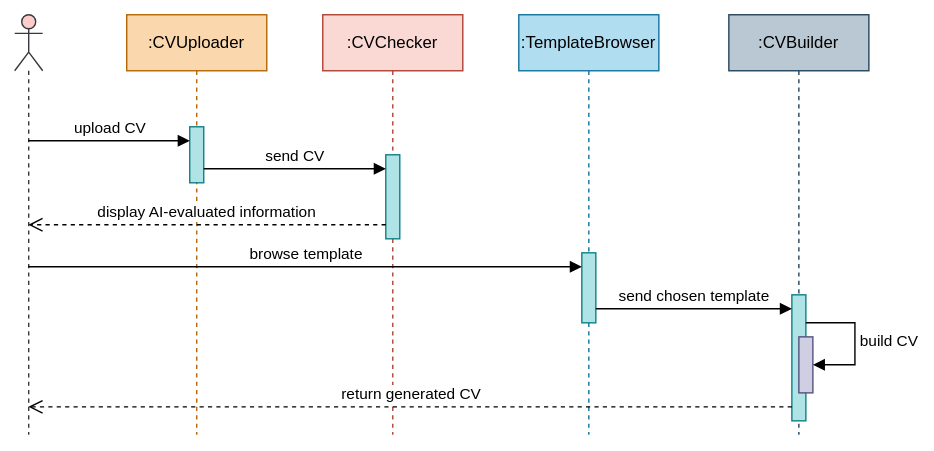
Before: diagram/SequenceDiagram.svg, a diagram exported from draw.io (khangnguyen0810/AI-Resume-Builder). Source tidied: cells renumbered, new cells last; positions are measured from the earlier drawing's top-left corner, leaving out a move shared by most shapes. Source of this version:
```xml
<mxGraphModel>
  <root>
    <mxCell id="0" />
    <mxCell id="1" parent="0" />
    <mxCell id="2" style="shape=umlLifeline;perimeter=lifelinePerimeter;whiteSpace=wrap;html=1;outlineConnect=0;portConstraint=eastwest;newEdgeStyle={&quot;curved&quot;:0,&quot;rounded&quot;:0};participant=umlActor;fillColor=#ffcccc;strokeColor=#36393d;" parent="1" vertex="1">
      <mxGeometry width="20" height="300" as="geometry" />
    </mxCell>
    <mxCell id="3" value=":CVUploader" style="shape=umlLifeline;perimeter=lifelinePerimeter;whiteSpace=wrap;html=1;newEdgeStyle={&quot;curved&quot;:0,&quot;rounded&quot;:0};fillColor=#fad7ac;strokeColor=#b46504;" parent="1" vertex="1">
      <mxGeometry x="80" width="100" height="300" as="geometry" />
    </mxCell>
    <mxCell id="4" style="html=1;points=[[0,0,0,0,5],[0,1,0,0,-5],[1,0,0,0,5],[1,1,0,0,-5]];perimeter=orthogonalPerimeter;outlineConnect=0;targetShapes=umlLifeline;portConstraint=eastwest;newEdgeStyle={&quot;curved&quot;:0,&quot;rounded&quot;:0};fillColor=#b0e3e6;strokeColor=#0e8088;" parent="3" vertex="1">
      <mxGeometry x="45" y="80" width="10" height="40" as="geometry" />
    </mxCell>
    <mxCell id="5" value=":CVChecker" style="shape=umlLifeline;perimeter=lifelinePerimeter;whiteSpace=wrap;html=1;newEdgeStyle={&quot;curved&quot;:0,&quot;rounded&quot;:0};fillColor=#fad9d5;strokeColor=#ae4132;" parent="1" vertex="1">
      <mxGeometry x="220" width="100" height="300" as="geometry" />
    </mxCell>
    <mxCell id="6" style="html=1;points=[[0,0,0,0,5],[0,1,0,0,-5],[1,0,0,0,5],[1,1,0,0,-5]];perimeter=orthogonalPerimeter;outlineConnect=0;targetShapes=umlLifeline;portConstraint=eastwest;newEdgeStyle={&quot;curved&quot;:0,&quot;rounded&quot;:0};fillColor=#b0e3e6;strokeColor=#0e8088;" parent="5" vertex="1">
      <mxGeometry x="45" y="100" width="10" height="60" as="geometry" />
    </mxCell>
    <mxCell id="7" value=":TemplateBrowser" style="shape=umlLifeline;perimeter=lifelinePerimeter;whiteSpace=wrap;html=1;newEdgeStyle={&quot;curved&quot;:0,&quot;rounded&quot;:0};fillColor=#b1ddf0;strokeColor=#10739e;" parent="1" vertex="1">
      <mxGeometry x="360" width="100" height="300" as="geometry" />
    </mxCell>
    <mxCell id="8" style="html=1;points=[[0,0,0,0,5],[0,1,0,0,-5],[1,0,0,0,5],[1,1,0,0,-5]];perimeter=orthogonalPerimeter;outlineConnect=0;targetShapes=umlLifeline;portConstraint=eastwest;newEdgeStyle={&quot;curved&quot;:0,&quot;rounded&quot;:0};fillColor=#b0e3e6;strokeColor=#0e8088;" parent="7" vertex="1">
      <mxGeometry x="45" y="170" width="10" height="50" as="geometry" />
    </mxCell>
    <mxCell id="9" value=":CVBuilder" style="shape=umlLifeline;perimeter=lifelinePerimeter;whiteSpace=wrap;html=1;newEdgeStyle={&quot;curved&quot;:0,&quot;rounded&quot;:0};fillColor=#bac8d3;strokeColor=#23445d;" parent="1" vertex="1">
      <mxGeometry x="510" width="100" height="300" as="geometry" />
    </mxCell>
    <mxCell id="10" style="html=1;points=[[0,0,0,0,5],[0,1,0,0,-5],[1,0,0,0,5],[1,1,0,0,-5]];perimeter=orthogonalPerimeter;outlineConnect=0;targetShapes=umlLifeline;portConstraint=eastwest;newEdgeStyle={&quot;curved&quot;:0,&quot;rounded&quot;:0};fillColor=#b0e3e6;strokeColor=#0e8088;" parent="9" vertex="1">
      <mxGeometry x="45" y="200" width="10" height="90" as="geometry" />
    </mxCell>
    <mxCell id="11" style="html=1;points=[[0,0,0,0,5],[0,1,0,0,-5],[1,0,0,0,5],[1,1,0,0,-5]];perimeter=orthogonalPerimeter;outlineConnect=0;targetShapes=umlLifeline;portConstraint=eastwest;newEdgeStyle={&quot;curved&quot;:0,&quot;rounded&quot;:0};fillColor=#d0cee2;strokeColor=#56517e;" parent="9" vertex="1">
      <mxGeometry x="50" y="230" width="10" height="40" as="geometry" />
    </mxCell>
    <mxCell id="12" value="build CV" style="html=1;align=left;spacingLeft=2;endArrow=block;rounded=0;edgeStyle=orthogonalEdgeStyle;curved=0;rounded=0;" parent="9" edge="1" source="10" target="11">
      <mxGeometry relative="1" as="geometry">
        <Array as="points">
          <mxPoint x="90" y="220" />
          <mxPoint x="90" y="250" />
        </Array>
      </mxGeometry>
    </mxCell>
    <mxCell id="13" value="upload CV" style="html=1;verticalAlign=bottom;endArrow=block;curved=0;rounded=0;" parent="1" edge="1" source="2" target="4">
      <mxGeometry relative="1" as="geometry">
        <Array as="points">
          <mxPoint x="80" y="90" />
        </Array>
      </mxGeometry>
    </mxCell>
    <mxCell id="14" value="send CV" style="html=1;verticalAlign=bottom;endArrow=block;curved=0;rounded=0;" parent="1" edge="1" source="4" target="6">
      <mxGeometry relative="1" as="geometry">
        <Array as="points">
          <mxPoint x="210" y="110" />
        </Array>
      </mxGeometry>
    </mxCell>
    <mxCell id="15" value="display AI-evaluated information" style="html=1;verticalAlign=bottom;endArrow=open;dashed=1;endSize=8;curved=0;rounded=0;" parent="1" edge="1" source="6" target="2">
      <mxGeometry relative="1" as="geometry">
        <Array as="points">
          <mxPoint x="140" y="150" />
        </Array>
      </mxGeometry>
    </mxCell>
    <mxCell id="16" value="browse template" style="html=1;verticalAlign=bottom;endArrow=block;curved=0;rounded=0;" parent="1" edge="1" source="2" target="8">
      <mxGeometry relative="1" as="geometry">
        <Array as="points">
          <mxPoint x="210" y="180" />
        </Array>
      </mxGeometry>
    </mxCell>
    <mxCell id="17" value="send chosen template" style="html=1;verticalAlign=bottom;endArrow=block;curved=0;rounded=0;" parent="1" edge="1" source="8" target="10">
      <mxGeometry relative="1" as="geometry">
        <Array as="points">
          <mxPoint x="490" y="210" />
        </Array>
      </mxGeometry>
    </mxCell>
    <mxCell id="18" value="return generated CV" style="html=1;verticalAlign=bottom;endArrow=open;dashed=1;endSize=8;curved=0;rounded=0;" parent="1" edge="1" source="10" target="2">
      <mxGeometry relative="1" as="geometry">
        <Array as="points">
          <mxPoint x="290" y="280" />
        </Array>
      </mxGeometry>
    </mxCell>
  </root>
</mxGraphModel>
```
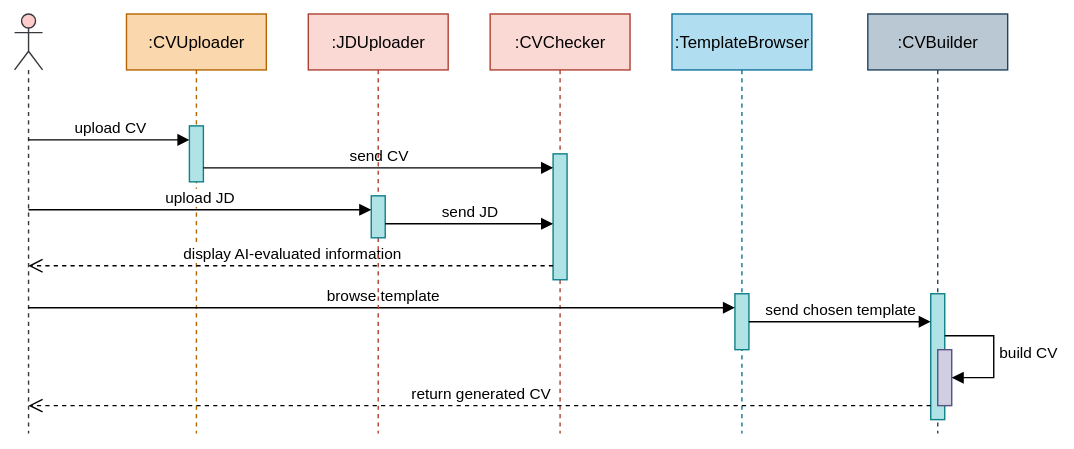
After the change.

Diff of the diagram source:
```diff
@@ -12,31 +12,31 @@
       <mxGeometry x="45" y="80" width="10" height="40" as="geometry" />
     </mxCell>
     <mxCell id="5" value=":CVChecker" style="shape=umlLifeline;perimeter=lifelinePerimeter;whiteSpace=wrap;html=1;newEdgeStyle={&quot;curved&quot;:0,&quot;rounded&quot;:0};fillColor=#fad9d5;strokeColor=#ae4132;" parent="1" vertex="1">
-      <mxGeometry x="220" width="100" height="300" as="geometry" />
+      <mxGeometry x="340" width="100" height="300" as="geometry" />
     </mxCell>
     <mxCell id="6" style="html=1;points=[[0,0,0,0,5],[0,1,0,0,-5],[1,0,0,0,5],[1,1,0,0,-5]];perimeter=orthogonalPerimeter;outlineConnect=0;targetShapes=umlLifeline;portConstraint=eastwest;newEdgeStyle={&quot;curved&quot;:0,&quot;rounded&quot;:0};fillColor=#b0e3e6;strokeColor=#0e8088;" parent="5" vertex="1">
-      <mxGeometry x="45" y="100" width="10" height="60" as="geometry" />
+      <mxGeometry x="45" y="100" width="10" height="90" as="geometry" />
     </mxCell>
     <mxCell id="7" value=":TemplateBrowser" style="shape=umlLifeline;perimeter=lifelinePerimeter;whiteSpace=wrap;html=1;newEdgeStyle={&quot;curved&quot;:0,&quot;rounded&quot;:0};fillColor=#b1ddf0;strokeColor=#10739e;" parent="1" vertex="1">
-      <mxGeometry x="360" width="100" height="300" as="geometry" />
+      <mxGeometry x="470" width="100" height="300" as="geometry" />
     </mxCell>
     <mxCell id="8" style="html=1;points=[[0,0,0,0,5],[0,1,0,0,-5],[1,0,0,0,5],[1,1,0,0,-5]];perimeter=orthogonalPerimeter;outlineConnect=0;targetShapes=umlLifeline;portConstraint=eastwest;newEdgeStyle={&quot;curved&quot;:0,&quot;rounded&quot;:0};fillColor=#b0e3e6;strokeColor=#0e8088;" parent="7" vertex="1">
-      <mxGeometry x="45" y="170" width="10" height="50" as="geometry" />
+      <mxGeometry x="45" y="200" width="10" height="40" as="geometry" />
     </mxCell>
     <mxCell id="9" value=":CVBuilder" style="shape=umlLifeline;perimeter=lifelinePerimeter;whiteSpace=wrap;html=1;newEdgeStyle={&quot;curved&quot;:0,&quot;rounded&quot;:0};fillColor=#bac8d3;strokeColor=#23445d;" parent="1" vertex="1">
-      <mxGeometry x="510" width="100" height="300" as="geometry" />
+      <mxGeometry x="610" width="100" height="300" as="geometry" />
     </mxCell>
     <mxCell id="10" style="html=1;points=[[0,0,0,0,5],[0,1,0,0,-5],[1,0,0,0,5],[1,1,0,0,-5]];perimeter=orthogonalPerimeter;outlineConnect=0;targetShapes=umlLifeline;portConstraint=eastwest;newEdgeStyle={&quot;curved&quot;:0,&quot;rounded&quot;:0};fillColor=#b0e3e6;strokeColor=#0e8088;" parent="9" vertex="1">
       <mxGeometry x="45" y="200" width="10" height="90" as="geometry" />
     </mxCell>
     <mxCell id="11" style="html=1;points=[[0,0,0,0,5],[0,1,0,0,-5],[1,0,0,0,5],[1,1,0,0,-5]];perimeter=orthogonalPerimeter;outlineConnect=0;targetShapes=umlLifeline;portConstraint=eastwest;newEdgeStyle={&quot;curved&quot;:0,&quot;rounded&quot;:0};fillColor=#d0cee2;strokeColor=#56517e;" parent="9" vertex="1">
-      <mxGeometry x="50" y="230" width="10" height="40" as="geometry" />
+      <mxGeometry x="50" y="240" width="10" height="40" as="geometry" />
     </mxCell>
     <mxCell id="12" value="build CV" style="html=1;align=left;spacingLeft=2;endArrow=block;rounded=0;edgeStyle=orthogonalEdgeStyle;curved=0;rounded=0;" parent="9" edge="1" source="10" target="11">
       <mxGeometry relative="1" as="geometry">
         <Array as="points">
-          <mxPoint x="90" y="220" />
-          <mxPoint x="90" y="250" />
+          <mxPoint x="90" y="230" />
+          <mxPoint x="90" y="260" />
         </Array>
       </mxGeometry>
     </mxCell>
@@ -54,24 +54,26 @@
         </Array>
       </mxGeometry>
     </mxCell>
-    <mxCell id="15" value="display AI-evaluated information" style="html=1;verticalAlign=bottom;endArrow=open;dashed=1;endSize=8;curved=0;rounded=0;" parent="1" edge="1" source="6" target="2">
+    <mxCell id="15" value="display AI-evaluated information" style="html=1;verticalAlign=bottom;endArrow=open;dashed=1;endSize=8;curved=0;rounded=0;" parent="1" edge="1">
       <mxGeometry relative="1" as="geometry">
+        <mxPoint x="385" y="180" as="sourcePoint" />
+        <mxPoint x="9.9" y="180" as="targetPoint" />
         <Array as="points">
-          <mxPoint x="140" y="150" />
+          <mxPoint x="140" y="180" />
         </Array>
       </mxGeometry>
     </mxCell>
     <mxCell id="16" value="browse template" style="html=1;verticalAlign=bottom;endArrow=block;curved=0;rounded=0;" parent="1" edge="1" source="2" target="8">
       <mxGeometry relative="1" as="geometry">
         <Array as="points">
-          <mxPoint x="210" y="180" />
+          <mxPoint x="205.1" y="210" />
         </Array>
       </mxGeometry>
     </mxCell>
     <mxCell id="17" value="send chosen template" style="html=1;verticalAlign=bottom;endArrow=block;curved=0;rounded=0;" parent="1" edge="1" source="8" target="10">
       <mxGeometry relative="1" as="geometry">
         <Array as="points">
-          <mxPoint x="490" y="210" />
+          <mxPoint x="600" y="220" />
         </Array>
       </mxGeometry>
     </mxCell>
@@ -82,5 +84,25 @@
         </Array>
       </mxGeometry>
     </mxCell>
+    <mxCell id="19" value=":JDUploader" style="shape=umlLifeline;perimeter=lifelinePerimeter;whiteSpace=wrap;html=1;newEdgeStyle={&quot;curved&quot;:0,&quot;rounded&quot;:0};fillColor=#fad9d5;strokeColor=#ae4132;" parent="1" vertex="1">
+      <mxGeometry x="210" width="100" height="300" as="geometry" />
+    </mxCell>
+    <mxCell id="20" style="html=1;points=[[0,0,0,0,5],[0,1,0,0,-5],[1,0,0,0,5],[1,1,0,0,-5]];perimeter=orthogonalPerimeter;outlineConnect=0;targetShapes=umlLifeline;portConstraint=eastwest;newEdgeStyle={&quot;curved&quot;:0,&quot;rounded&quot;:0};fillColor=#b0e3e6;strokeColor=#0e8088;" parent="19" vertex="1">
+      <mxGeometry x="45" y="130" width="10" height="30" as="geometry" />
+    </mxCell>
+    <mxCell id="21" value="upload JD" style="html=1;verticalAlign=bottom;endArrow=block;curved=0;rounded=0;" parent="1" edge="1" source="2" target="20">
+      <mxGeometry relative="1" as="geometry">
+        <Array as="points">
+          <mxPoint x="140" y="140" />
+        </Array>
+      </mxGeometry>
+    </mxCell>
+    <mxCell id="22" value="send JD" style="html=1;verticalAlign=bottom;endArrow=block;curved=0;rounded=0;" parent="1" edge="1" source="20" target="6">
+      <mxGeometry relative="1" as="geometry">
+        <Array as="points">
+          <mxPoint x="330" y="150" />
+        </Array>
+      </mxGeometry>
+    </mxCell>
   </root>
 </mxGraphModel>
```
